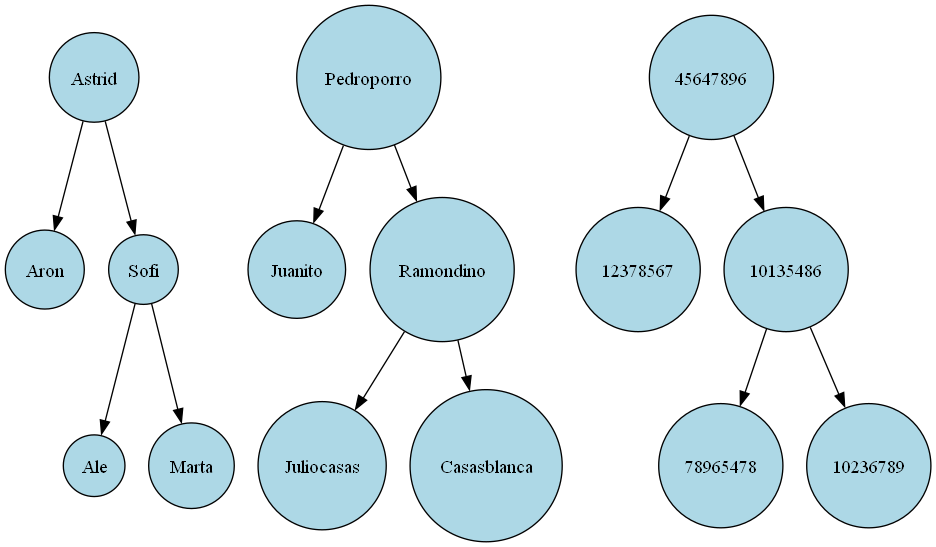
The Graphviz diagram graph.png in RudyReyes28/SistemaGestionContactos, before a commit. Its source is kept beside it as graph.dot.
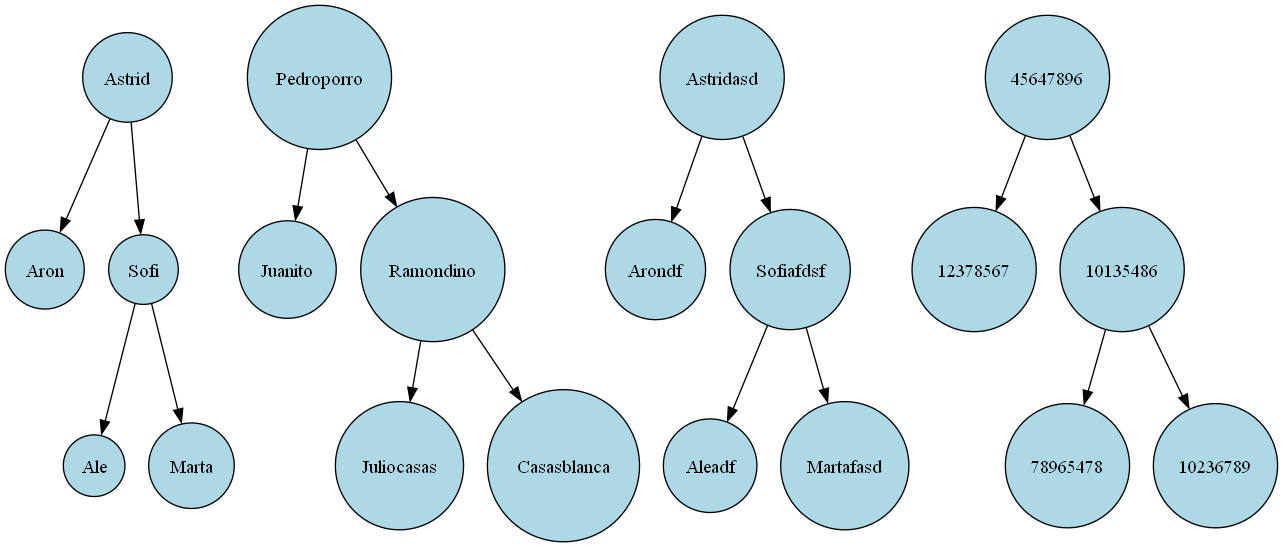
Later version of the same file.

The edit, as a diff of the source:
```diff
@@ -18,6 +18,15 @@
 Juliocasas;
 Ramondino -> Casasblanca;
 Casasblanca;
+Astridasd;
+Astridasd -> Arondf;
+Arondf;
+Astridasd -> Sofiafdsf;
+Sofiafdsf;
+Sofiafdsf -> Aleadf;
+Aleadf;
+Sofiafdsf -> Martafasd;
+Martafasd;
 45647896;
 45647896 -> 12378567;
 12378567;
```
